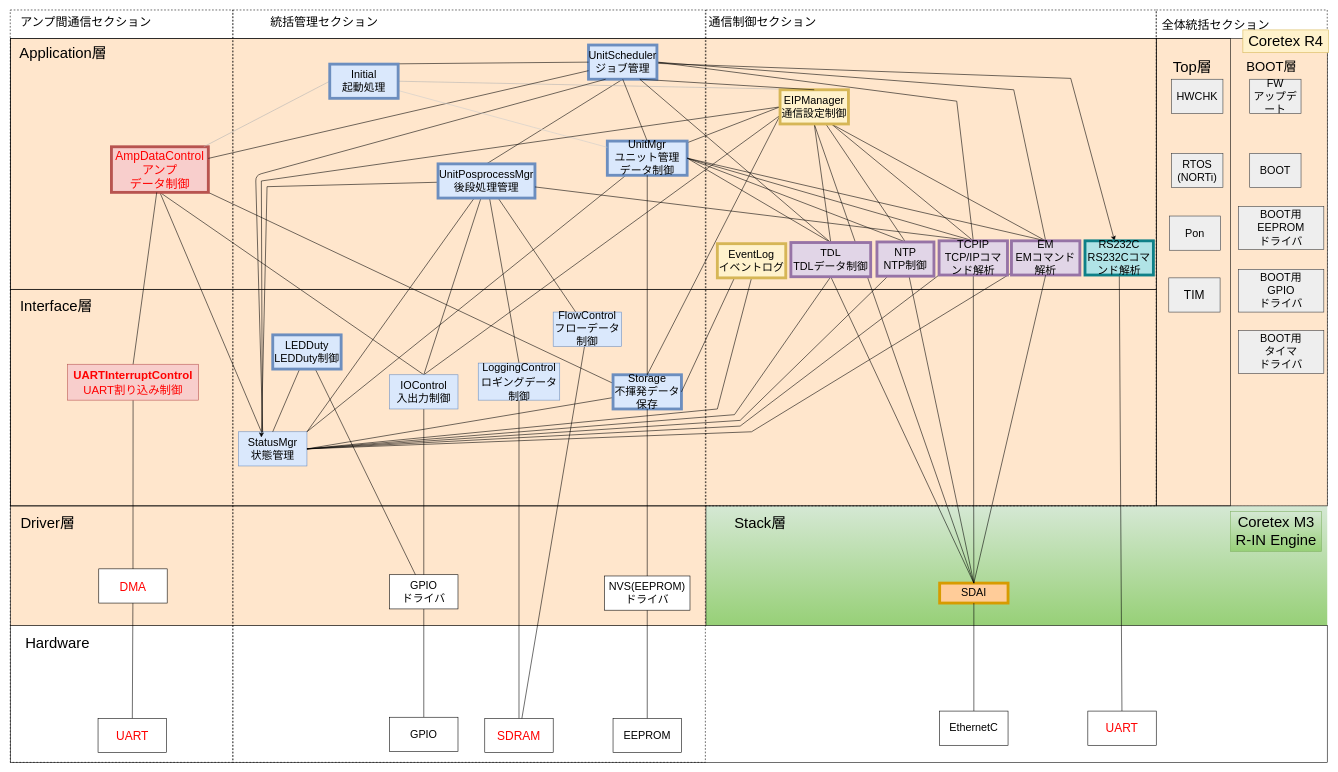
The draw.io diagram page "RevH_NewスマNWU静的構造" (1 of 7) of NWユニット_アーキテクチャ図.drawio in YutaSuzukiGARI/nwunit, before the edit. Source tidied: cells renumbered, new cells numbered last; positions are measured from the earlier drawing's top-left corner, leaving out a move shared by most shapes. Both pictures are drawn from the tidied source at 57%, with x=0, y=0 at pixel (10, 10).
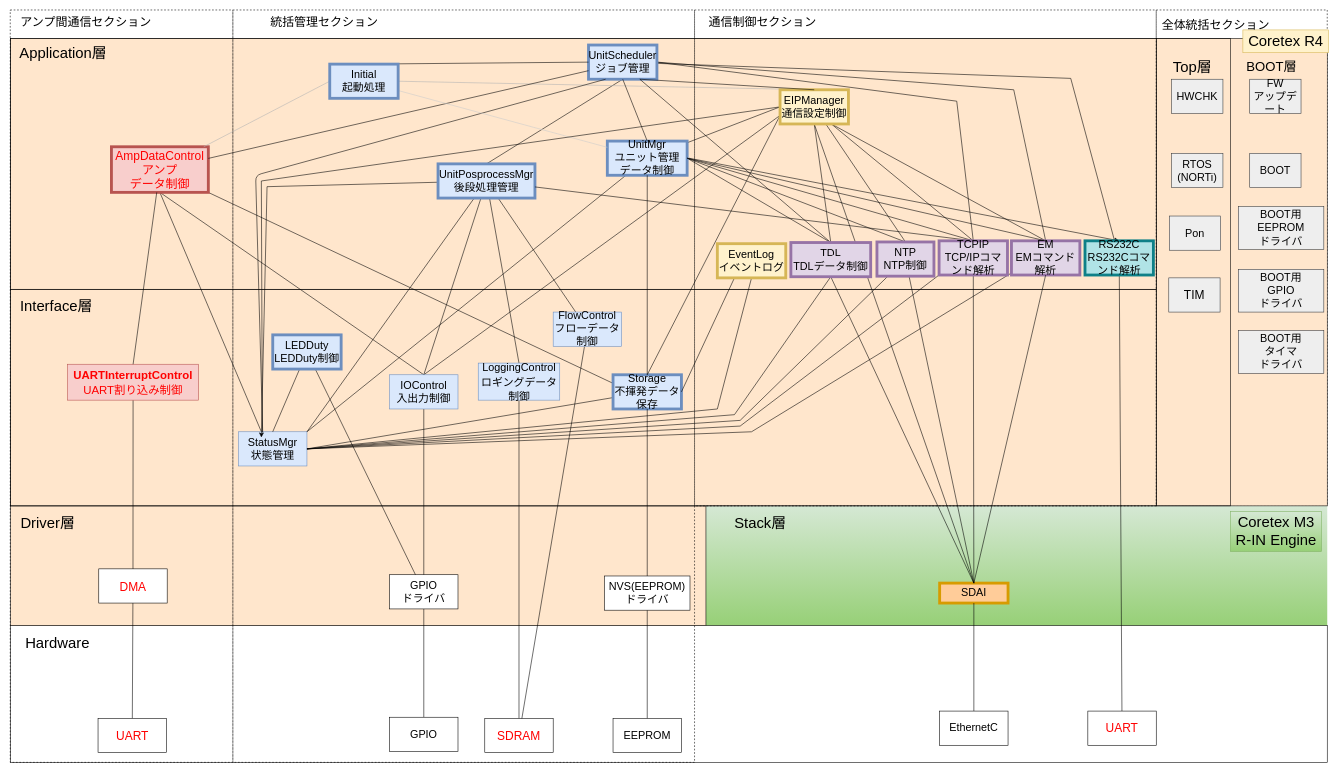
The same diagram, later.

Commit message:
NWユニット_アーキテクチャ図.drawio を更新します

The change refers to these unchanged cells:
```xml
<mxCell id="32" value="UnitScheduler&lt;br style=&quot;font-size: 19px;&quot;&gt;ジョブ管理" style="rounded=0;whiteSpace=wrap;html=1;fillColor=#dae8fc;strokeColor=#6c8ebf;fontSize=19;strokeWidth=5;" parent="1" vertex="1">
  <mxGeometry x="1014" y="61.5" width="120" height="60" as="geometry" />
</mxCell>
<mxCell id="127" value="RS232C&lt;div&gt;RS232Cコマンド解析&lt;/div&gt;" style="rounded=0;whiteSpace=wrap;html=1;fillColor=#b0e3e6;strokeColor=#0e8088;fontSize=19;strokeWidth=5;" parent="1" vertex="1">
  <mxGeometry x="1885" y="405" width="120" height="60" as="geometry" />
</mxCell>
```

Diff of the diagram source:
```diff
@@
+    <mxCell id="129" style="rounded=0;jettySize=auto;html=1;entryX=0.5;entryY=0;entryDx=0;entryDy=0;" parent="1" edge="1" target="127">
+      <mxGeometry relative="1" as="geometry">
+        <mxPoint x="1190" y="260" as="sourcePoint" />
+      </mxGeometry>
+    </mxCell>
@@
-    <mxCell id="31" style="rounded=0;jettySize=auto;html=1;" parent="1" edge="1" source="32" target="127">
+    <mxCell id="31" style="rounded=0;jettySize=auto;html=1;endArrow=none;endFill=0;" parent="1" edge="1" source="32" target="127">
       <mxGeometry relative="1" as="geometry">
         <Array as="points">
           <mxPoint x="1860" y="120" />
         </Array>
       </mxGeometry>
     </mxCell>
@@
     <mxCell id="107" style="rounded=0;whiteSpace=wrap;html=1;fillColor=none;dashed=1;strokeColor=default;fontColor=default;" parent="1" vertex="1">
-      <mxGeometry x="1220" width="790" height="870" as="geometry" />
+      <mxGeometry x="1200" width="810" height="870" as="geometry" />
     </mxCell>
     <mxCell id="108" style="rounded=0;whiteSpace=wrap;html=1;fillColor=none;dashed=1;strokeColor=default;fontColor=default;" parent="1" vertex="1">
-      <mxGeometry x="390" width="829" height="1320" as="geometry" />
+      <mxGeometry x="390" width="810" height="1320" as="geometry" />
     </mxCell>
```
